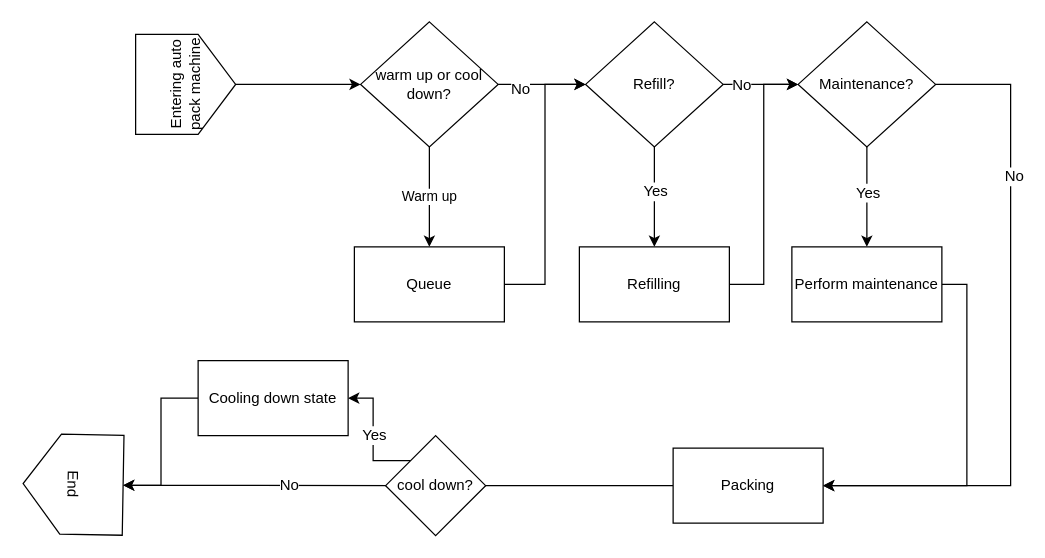
Above: Em-Con-Frame.drawio in aboutkrin/aboutkrin.github.io (draw.io), before the change. Source tidied: cells renumbered, new cells numbered last; positions are measured from the earlier drawing's top-left corner, leaving out a move shared by most shapes. Both pictures are drawn from the tidied source at 125%, with x=0, y=0 at pixel (22, 21).
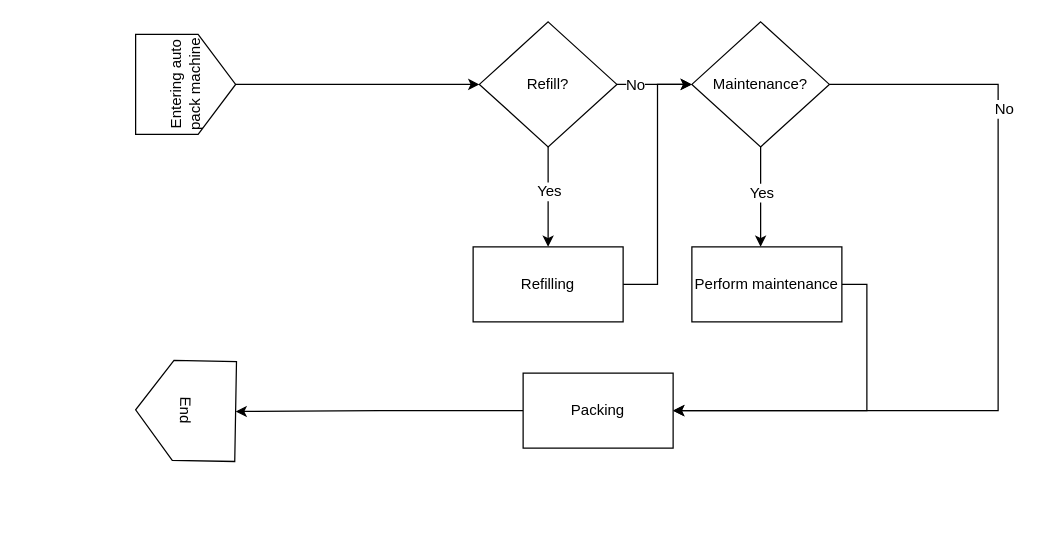
Above is the later version.

Unchanged cells that the change refers to:
```xml
<mxCell id="3" value="Entering auto pack machine" style="shape=offPageConnector;whiteSpace=wrap;html=1;rotation=-90;" parent="1" vertex="1">
  <mxGeometry x="90" y="10" width="80" height="80" as="geometry" />
</mxCell>
<mxCell id="27" style="edgeStyle=orthogonalEdgeStyle;rounded=0;jettySize=auto;html=1;exitX=0;exitY=0.5;exitDx=0;exitDy=0;entryX=0.5;entryY=0;entryDx=0;entryDy=0;" parent="1" edge="1" source="29" target="24">
  <mxGeometry relative="1" as="geometry" />
</mxCell>
```

Diff of the diagram source:
```diff
@@
-    <mxCell id="2" style="edgeStyle=orthogonalEdgeStyle;rounded=0;jettySize=auto;html=1;exitX=0.5;exitY=1;exitDx=0;exitDy=0;entryX=0;entryY=0.5;entryDx=0;entryDy=0;" parent="1" edge="1" source="3" target="7">
-      <mxGeometry relative="1" as="geometry" />
-    </mxCell>
+    <mxCell id="33" style="edgeStyle=orthogonalEdgeStyle;rounded=0;jettySize=auto;html=1;exitX=0.5;exitY=1;exitDx=0;exitDy=0;" parent="1" edge="1" source="3" target="14">
+      <mxGeometry relative="1" as="geometry" />
+    </mxCell>
@@
-    <mxCell id="4" value="Warm up" style="edgeStyle=orthogonalEdgeStyle;rounded=0;jettySize=auto;html=1;exitX=0.5;exitY=1;exitDx=0;exitDy=0;entryX=0.5;entryY=0;entryDx=0;entryDy=0;" parent="1" edge="1" source="7" target="9">
-      <mxGeometry relative="1" as="geometry" />
-    </mxCell>
-    <mxCell id="5" style="edgeStyle=orthogonalEdgeStyle;rounded=0;jettySize=auto;html=1;exitX=1;exitY=0.5;exitDx=0;exitDy=0;" parent="1" edge="1" source="7" target="14">
-      <mxGeometry relative="1" as="geometry" />
-    </mxCell>
-    <mxCell id="6" value="No" style="text;html=1;align=center;verticalAlign=middle;labelBackgroundColor=#ffffff;" parent="5" vertex="1">
-      <mxGeometry x="-0.51" y="-3" relative="1" as="geometry" />
-    </mxCell>
-    <mxCell id="7" value="warm up or cool down?" style="rhombus;whiteSpace=wrap;html=1;" parent="1" vertex="1">
-      <mxGeometry x="270" width="110" height="100" as="geometry" />
-    </mxCell>
-    <mxCell id="8" style="edgeStyle=orthogonalEdgeStyle;rounded=0;jettySize=auto;html=1;exitX=1;exitY=0.5;exitDx=0;exitDy=0;entryX=0;entryY=0.5;entryDx=0;entryDy=0;" parent="1" edge="1" source="9" target="14">
-      <mxGeometry relative="1" as="geometry" />
-    </mxCell>
-    <mxCell id="9" value="Queue" style="rounded=0;whiteSpace=wrap;html=1;" parent="1" vertex="1">
-      <mxGeometry x="265" y="180" width="120" height="60" as="geometry" />
-    </mxCell>
@@
     <mxCell id="14" value="Refill?" style="rhombus;whiteSpace=wrap;html=1;" parent="1" vertex="1">
-      <mxGeometry x="450" width="110" height="100" as="geometry" />
+      <mxGeometry x="365" width="110" height="100" as="geometry" />
     </mxCell>
-    <mxCell id="15" style="edgeStyle=orthogonalEdgeStyle;rounded=0;jettySize=auto;html=1;exitX=0.5;exitY=1;exitDx=0;exitDy=0;" parent="1" edge="1" source="19" target="26">
-      <mxGeometry relative="1" as="geometry" />
+    <mxCell id="15" style="edgeStyle=orthogonalEdgeStyle;rounded=0;jettySize=auto;html=1;exitX=0.5;exitY=1;exitDx=0;exitDy=0;" parent="1" edge="1" source="19">
+      <mxGeometry relative="1" as="geometry">
+        <mxPoint x="590" y="180" as="targetPoint" />
+      </mxGeometry>
     </mxCell>
@@
     <mxCell id="17" style="edgeStyle=orthogonalEdgeStyle;rounded=0;jettySize=auto;html=1;exitX=1;exitY=0.5;exitDx=0;exitDy=0;entryX=1;entryY=0.5;entryDx=0;entryDy=0;" parent="1" edge="1" source="19" target="29">
       <mxGeometry relative="1" as="geometry">
         <Array as="points">
-          <mxPoint x="790" y="50" />
-          <mxPoint x="790" y="371" />
+          <mxPoint x="780" y="50" />
+          <mxPoint x="780" y="311" />
         </Array>
       </mxGeometry>
     </mxCell>
-    <mxCell id="18" value="No" style="text;html=1;align=center;verticalAlign=middle;labelBackgroundColor=#ffffff;" parent="17" vertex="1">
-      <mxGeometry x="-0.5" y="2" relative="1" as="geometry" />
-    </mxCell>
+    <mxCell id="34" value="No" style="text;html=1;align=center;verticalAlign=middle;labelBackgroundColor=#ffffff;" parent="17" vertex="1">
+      <mxGeometry x="-0.53" y="4" relative="1" as="geometry" />
+    </mxCell>
     <mxCell id="19" value="Maintenance?" style="rhombus;whiteSpace=wrap;html=1;" parent="1" vertex="1">
-      <mxGeometry x="620" width="110" height="100" as="geometry" />
+      <mxGeometry x="535" width="110" height="100" as="geometry" />
     </mxCell>
@@
     <mxCell id="21" value="Refilling" style="rounded=0;whiteSpace=wrap;html=1;" parent="1" vertex="1">
-      <mxGeometry x="445" y="180" width="120" height="60" as="geometry" />
+      <mxGeometry x="360" y="180" width="120" height="60" as="geometry" />
     </mxCell>
-    <mxCell id="22" style="edgeStyle=orthogonalEdgeStyle;rounded=0;jettySize=auto;html=1;exitX=0;exitY=0.5;exitDx=0;exitDy=0;entryX=0.5;entryY=0;entryDx=0;entryDy=0;" parent="1" edge="1" source="23" target="24">
-      <mxGeometry relative="1" as="geometry" />
-    </mxCell>
-    <mxCell id="23" value="Cooling down state" style="rounded=0;whiteSpace=wrap;html=1;" parent="1" vertex="1">
-      <mxGeometry x="140" y="271" width="120" height="60" as="geometry" />
-    </mxCell>
     <mxCell id="24" value="End" style="shape=offPageConnector;whiteSpace=wrap;html=1;rotation=91;" parent="1" vertex="1">
-      <mxGeometry y="330" width="80" height="80" as="geometry" />
+      <mxGeometry x="90" y="271" width="80" height="80" as="geometry" />
     </mxCell>
@@
     <mxCell id="26" value="Perform maintenance" style="rounded=0;whiteSpace=wrap;html=1;" parent="1" vertex="1">
-      <mxGeometry x="615" y="180" width="120" height="60" as="geometry" />
+      <mxGeometry x="535" y="180" width="120" height="60" as="geometry" />
     </mxCell>
@@
-    <mxCell id="28" value="No" style="text;html=1;align=center;verticalAlign=middle;labelBackgroundColor=#ffffff;" parent="27" vertex="1">
-      <mxGeometry x="0.4" relative="1" as="geometry" />
-    </mxCell>
     <mxCell id="29" value="Packing" style="rounded=0;whiteSpace=wrap;html=1;" parent="1" vertex="1">
-      <mxGeometry x="520" y="341" width="120" height="60" as="geometry" />
+      <mxGeometry x="400" y="281" width="120" height="60" as="geometry" />
     </mxCell>
-    <mxCell id="30" style="edgeStyle=orthogonalEdgeStyle;rounded=0;jettySize=auto;html=1;exitX=0;exitY=0;exitDx=0;exitDy=0;entryX=1;entryY=0.5;entryDx=0;entryDy=0;" parent="1" edge="1" source="32" target="23">
-      <mxGeometry relative="1" as="geometry">
-        <Array as="points">
-          <mxPoint x="280" y="351" />
-          <mxPoint x="280" y="301" />
-        </Array>
-      </mxGeometry>
-    </mxCell>
-    <mxCell id="31" value="Yes" style="text;html=1;align=center;verticalAlign=middle;labelBackgroundColor=#ffffff;" parent="30" vertex="1">
-      <mxGeometry x="0.02" relative="1" as="geometry" />
-    </mxCell>
-    <mxCell id="32" value="cool down?" style="rhombus;whiteSpace=wrap;html=1;" parent="1" vertex="1">
-      <mxGeometry x="290" y="331" width="80" height="80" as="geometry" />
-    </mxCell>
```
